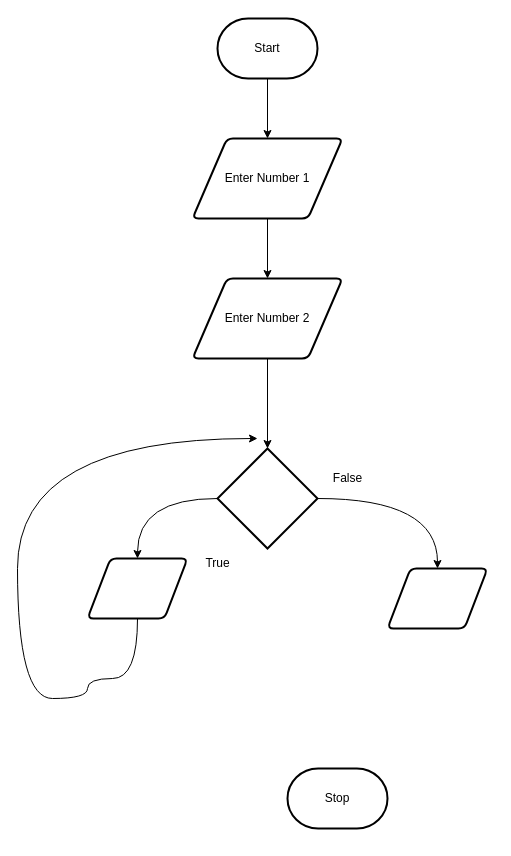
Above: design/flowchart.drawio in MTHS-ICD2O-1-2023/ICD2O-Unit-5-06-George-Khalil-29 (draw.io), before the change. Source tidied: cells renumbered, new cells numbered last; positions are measured from the earlier drawing's top-left corner, leaving out a move shared by most shapes. Both pictures are drawn from the tidied source at 100%, with x=0, y=0 at pixel (17, 18).
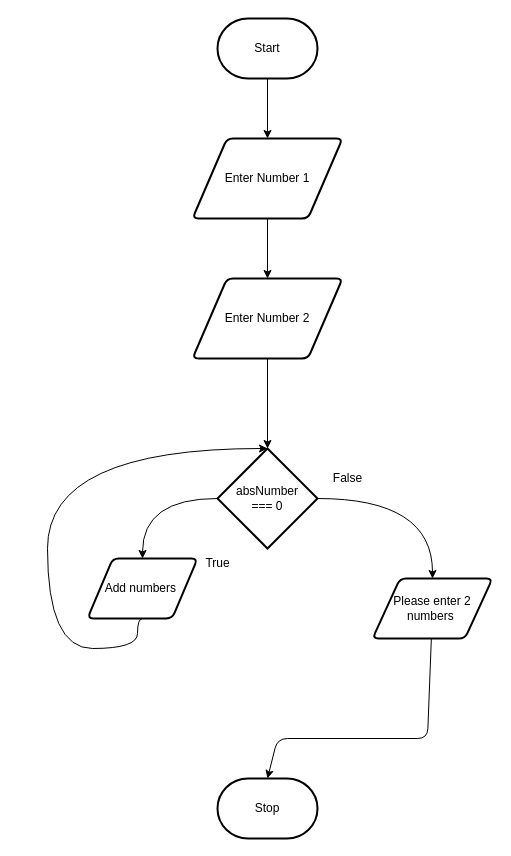
After the change.

Diff of the diagram source:
```diff
@@
     <mxCell id="4" value="Stop" style="strokeWidth=2;html=1;shape=mxgraph.flowchart.terminator;whiteSpace=wrap;" parent="1" vertex="1">
-      <mxGeometry x="270" y="750" width="100" height="60" as="geometry" />
+      <mxGeometry x="200" y="760" width="100" height="60" as="geometry" />
     </mxCell>
@@
-    <mxCell id="11" style="strokeWidth=2;html=1;shape=mxgraph.flowchart.decision;whiteSpace=wrap;" parent="1" vertex="1">
+    <mxCell id="11" value="absNumber&lt;br&gt;=== 0" style="strokeWidth=2;html=1;shape=mxgraph.flowchart.decision;whiteSpace=wrap;" parent="1" vertex="1">
       <mxGeometry x="200" y="430" width="100" height="100" as="geometry" />
     </mxCell>
@@
+    <mxCell id="17" style="edgeStyle=none;html=1;entryX=0.5;entryY=0;entryDx=0;entryDy=0;entryPerimeter=0;" parent="1" edge="1" source="13" target="4">
+      <mxGeometry relative="1" as="geometry">
+        <Array as="points">
+          <mxPoint x="410" y="720" />
+          <mxPoint x="260" y="720" />
+        </Array>
+      </mxGeometry>
+    </mxCell>
-    <mxCell id="13" style="shape=parallelogram;html=1;strokeWidth=2;perimeter=parallelogramPerimeter;whiteSpace=wrap;rounded=1;arcSize=12;size=0.23;" parent="1" vertex="1">
-      <mxGeometry x="370" y="550" width="100" height="60" as="geometry" />
+    <mxCell id="13" value="Please enter 2 numbers&amp;nbsp;" style="shape=parallelogram;html=1;strokeWidth=2;perimeter=parallelogramPerimeter;whiteSpace=wrap;rounded=1;arcSize=12;size=0.23;" parent="1" vertex="1">
+      <mxGeometry x="355" y="560" width="120" height="60" as="geometry" />
     </mxCell>
@@
-    <mxCell id="15" style="edgeStyle=orthogonalEdgeStyle;curved=1;html=1;exitX=0.5;exitY=1;exitDx=0;exitDy=0;elbow=vertical;" parent="1" edge="1" source="16">
+    <mxCell id="15" style="edgeStyle=orthogonalEdgeStyle;curved=1;html=1;exitX=0.5;exitY=1;exitDx=0;exitDy=0;elbow=vertical;entryX=0.5;entryY=0;entryDx=0;entryDy=0;entryPerimeter=0;" parent="1" edge="1" source="16" target="11">
       <mxGeometry relative="1" as="geometry">
-        <mxPoint x="240" y="420" as="targetPoint" />
         <Array as="points">
-          <mxPoint x="120" y="660" />
-          <mxPoint x="70" y="660" />
-          <mxPoint x="70" y="680" />
-          <mxPoint y="680" />
-          <mxPoint y="420" />
+          <mxPoint x="120" y="630" />
+          <mxPoint x="30" y="630" />
+          <mxPoint x="30" y="430" />
         </Array>
       </mxGeometry>
     </mxCell>
-    <mxCell id="16" style="shape=parallelogram;html=1;strokeWidth=2;perimeter=parallelogramPerimeter;whiteSpace=wrap;rounded=1;arcSize=12;size=0.23;" parent="1" vertex="1">
-      <mxGeometry x="70" y="540" width="100" height="60" as="geometry" />
+    <mxCell id="16" value="Add numbers&amp;nbsp;" style="shape=parallelogram;html=1;strokeWidth=2;perimeter=parallelogramPerimeter;whiteSpace=wrap;rounded=1;arcSize=12;size=0.23;" parent="1" vertex="1">
+      <mxGeometry x="70" y="540" width="110" height="60" as="geometry" />
     </mxCell>
```
